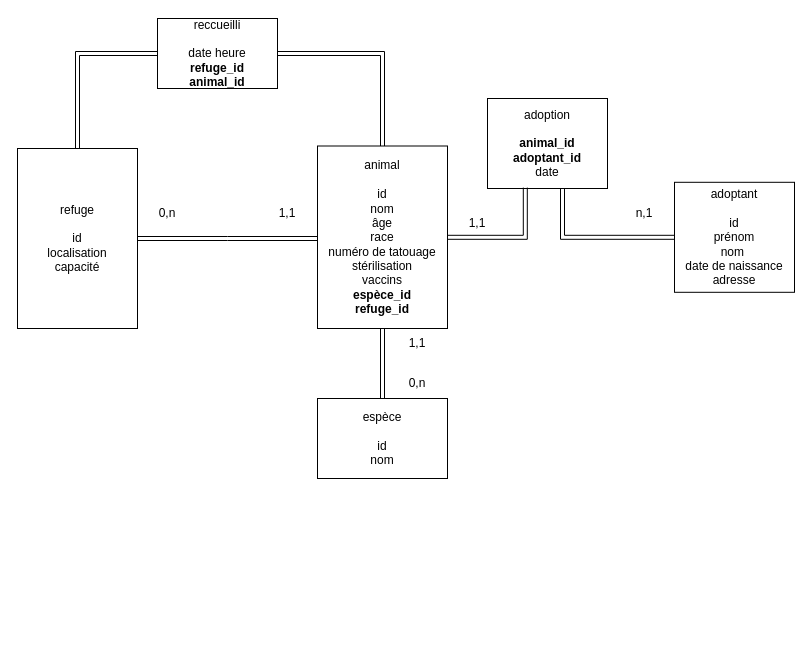
The draw.io diagram SPA_CLM.drawio in Pyriac/cowSay, before the edit. Source tidied: cells renumbered, new cells numbered last; positions are measured from the earlier drawing's top-left corner, leaving out a move shared by most shapes. Both pictures are drawn from the tidied source at 100%, with x=0, y=0 at pixel (17, 18).
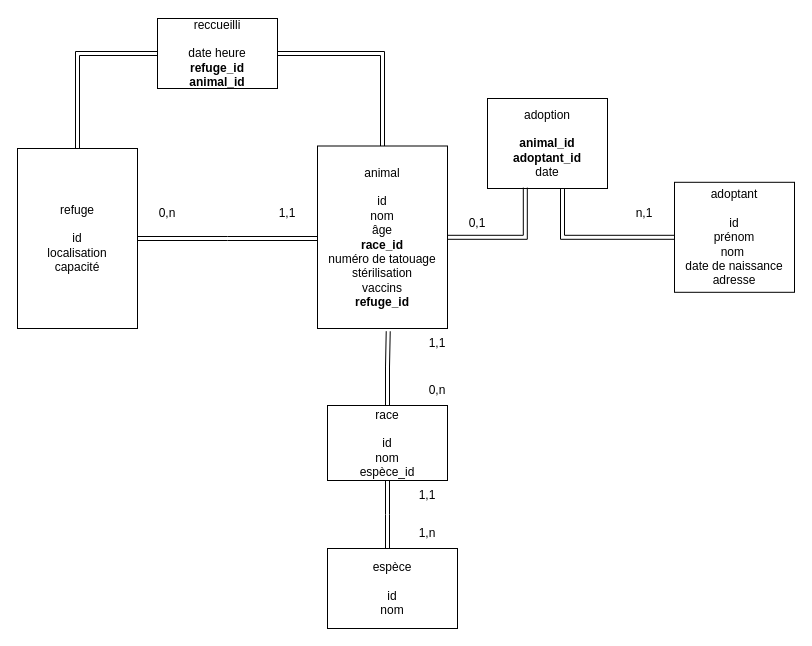
After the change.

Commit message:
Mettre à jour SPA_CLM.drawio

The edit, as a diff of the source:
```diff
@@
-    <mxCell id="2" style="edgeStyle=orthogonalEdgeStyle;rounded=0;jettySize=auto;html=1;entryX=0.5;entryY=0;entryDx=0;entryDy=0;shape=link;" parent="1" edge="1" source="4" target="6">
-      <mxGeometry relative="1" as="geometry" />
-    </mxCell>
@@
-    <mxCell id="4" value="animal&lt;div&gt;&lt;br&gt;&lt;/div&gt;&lt;div&gt;id&lt;/div&gt;&lt;div&gt;nom&lt;/div&gt;&lt;div&gt;âge&lt;/div&gt;&lt;div&gt;race&lt;/div&gt;&lt;div&gt;numéro de tatouage&lt;/div&gt;&lt;div&gt;stérilisation&lt;/div&gt;&lt;div&gt;vaccins&lt;/div&gt;&lt;div&gt;&lt;b&gt;espèce_id&lt;/b&gt;&lt;/div&gt;&lt;div&gt;&lt;b&gt;refuge_id&lt;/b&gt;&lt;/div&gt;" style="rounded=0;whiteSpace=wrap;html=1;" parent="1" vertex="1">
+    <mxCell id="4" value="animal&lt;div&gt;&lt;br&gt;&lt;/div&gt;&lt;div&gt;id&lt;/div&gt;&lt;div&gt;nom&lt;/div&gt;&lt;div&gt;âge&lt;/div&gt;&lt;div&gt;&lt;b&gt;race_id&lt;/b&gt;&lt;/div&gt;&lt;div&gt;numéro de tatouage&lt;/div&gt;&lt;div&gt;stérilisation&lt;/div&gt;&lt;div&gt;vaccins&lt;/div&gt;&lt;div&gt;&lt;b&gt;refuge_id&lt;/b&gt;&lt;/div&gt;" style="rounded=0;whiteSpace=wrap;html=1;" parent="1" vertex="1">
       <mxGeometry x="300" y="127.5" width="130" height="182.5" as="geometry" />
     </mxCell>
@@
     <mxCell id="6" value="espèce&lt;div&gt;&lt;br&gt;&lt;/div&gt;&lt;div&gt;id&lt;/div&gt;&lt;div&gt;nom&lt;/div&gt;" style="rounded=0;whiteSpace=wrap;html=1;" parent="1" vertex="1">
-      <mxGeometry x="300" y="380" width="130" height="80" as="geometry" />
+      <mxGeometry x="310" y="530" width="130" height="80" as="geometry" />
     </mxCell>
@@
-    <mxCell id="16" value="0,n" style="text;strokeColor=none;align=center;fillColor=none;html=1;verticalAlign=middle;whiteSpace=wrap;rounded=0;" parent="1" vertex="1">
-      <mxGeometry x="370" y="350" width="60" height="30" as="geometry" />
+    <mxCell id="16" value="1,n" style="text;strokeColor=none;align=center;fillColor=none;html=1;verticalAlign=middle;whiteSpace=wrap;rounded=0;" parent="1" vertex="1">
+      <mxGeometry x="380" y="500" width="60" height="30" as="geometry" />
     </mxCell>
@@
     <mxCell id="18" value="1,1" style="text;strokeColor=none;align=center;fillColor=none;html=1;verticalAlign=middle;whiteSpace=wrap;rounded=0;" parent="1" vertex="1">
-      <mxGeometry x="370" y="310" width="60" height="30" as="geometry" />
+      <mxGeometry x="390" y="310" width="60" height="30" as="geometry" />
     </mxCell>
-    <mxCell id="19" value="1,1" style="text;strokeColor=none;align=center;fillColor=none;html=1;verticalAlign=middle;whiteSpace=wrap;rounded=0;" parent="1" vertex="1">
+    <mxCell id="19" value="0,1" style="text;strokeColor=none;align=center;fillColor=none;html=1;verticalAlign=middle;whiteSpace=wrap;rounded=0;" parent="1" vertex="1">
       <mxGeometry x="430" y="190" width="60" height="30" as="geometry" />
     </mxCell>
+    <mxCell id="20" style="edgeStyle=orthogonalEdgeStyle;rounded=0;jettySize=auto;html=1;entryX=0.544;entryY=1.015;entryDx=0;entryDy=0;entryPerimeter=0;shape=link;" parent="1" edge="1" source="21" target="4">
+      <mxGeometry relative="1" as="geometry" />
+    </mxCell>
+    <mxCell id="21" value="race&lt;div&gt;&lt;br&gt;&lt;/div&gt;&lt;div&gt;id&lt;/div&gt;&lt;div&gt;nom&lt;/div&gt;&lt;div&gt;espèce_id&lt;/div&gt;" style="rounded=0;whiteSpace=wrap;html=1;" parent="1" vertex="1">
+      <mxGeometry x="310" y="387" width="120" height="75" as="geometry" />
+    </mxCell>
+    <mxCell id="22" style="edgeStyle=orthogonalEdgeStyle;rounded=0;jettySize=auto;html=1;shape=link;" parent="1" edge="1" source="21">
+      <mxGeometry relative="1" as="geometry">
+        <mxPoint x="370" y="530" as="targetPoint" />
+      </mxGeometry>
+    </mxCell>
+    <mxCell id="23" value="1,1" style="text;strokeColor=none;align=center;fillColor=none;html=1;verticalAlign=middle;whiteSpace=wrap;rounded=0;" parent="1" vertex="1">
+      <mxGeometry x="380" y="462" width="60" height="30" as="geometry" />
+    </mxCell>
+    <mxCell id="24" value="0,n" style="text;strokeColor=none;align=center;fillColor=none;html=1;verticalAlign=middle;whiteSpace=wrap;rounded=0;" parent="1" vertex="1">
+      <mxGeometry x="390" y="357" width="60" height="30" as="geometry" />
+    </mxCell>
```
